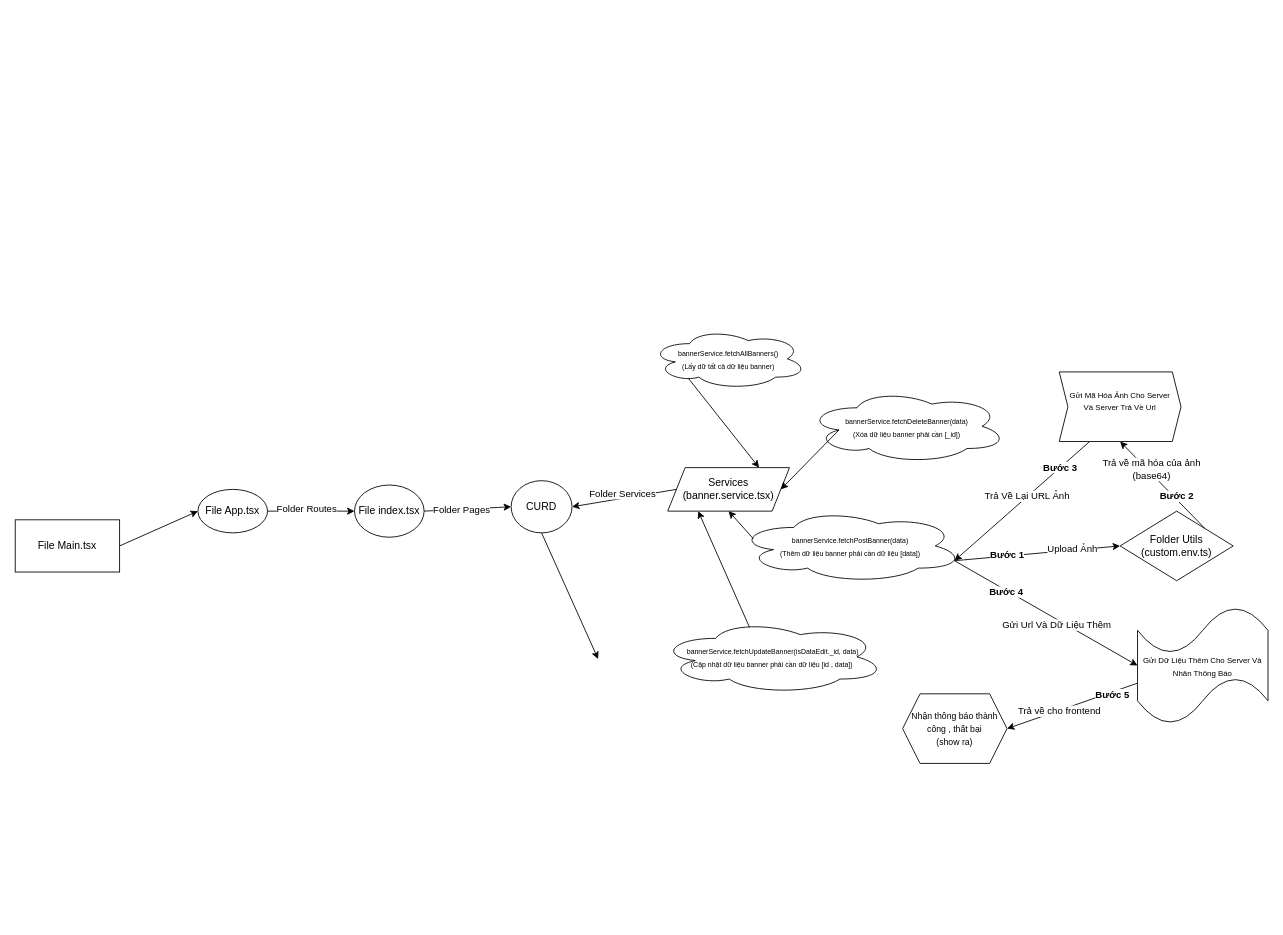
The draw.io diagram Biểu đồ không có tiêu đề.drawio in QuocHuy03/Electronic-Components, before the edit. Source tidied: cells renumbered, new cells numbered last; positions are measured from the earlier drawing's top-left corner, leaving out a move shared by most shapes. Both pictures are drawn from the tidied source at 87%, with x=0, y=0 at pixel (15, 328).
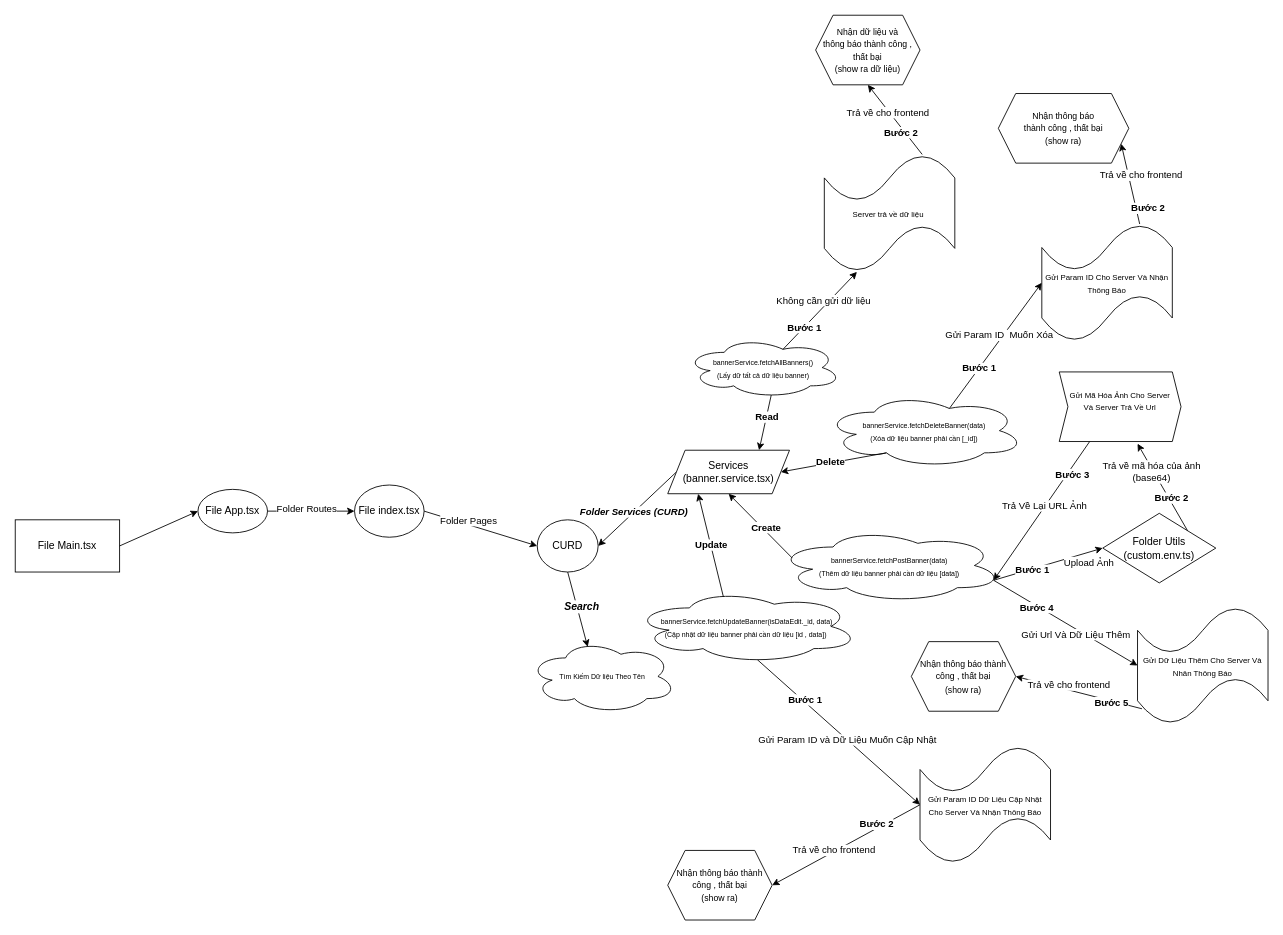
The same diagram, later.

Commit message:
Cập nhật Biểu đồ không có tiêu đề.drawio

The change refers to these unchanged cells:
```xml
<mxCell id="11" style="endArrow=classic;html=1;rounded=0;entryX=1;entryY=0.5;entryDx=0;entryDy=0;exitX=0;exitY=0.5;exitDx=0;exitDy=0;" parent="1" edge="1" source="13" target="10">
  <mxGeometry relative="1" as="geometry" />
</mxCell>
<mxCell id="19" style="endArrow=classic;html=1;rounded=0;entryX=0.5;entryY=1;entryDx=0;entryDy=0;exitX=0.07;exitY=0.4;exitDx=0;exitDy=0;exitPerimeter=0;" parent="1" edge="1" source="18" target="13">
  <mxGeometry relative="1" as="geometry" />
</mxCell>
<mxCell id="21" style="endArrow=classic;html=1;rounded=0;entryX=0.25;entryY=1;entryDx=0;entryDy=0;exitX=0.4;exitY=0.1;exitDx=0;exitDy=0;exitPerimeter=0;" parent="1" edge="1" source="20" target="13">
  <mxGeometry relative="1" as="geometry" />
</mxCell>
<mxCell id="29" value="&lt;font style=&quot;font-size: 9px;&quot;&gt;Gửi Mã Hóa Ảnh Cho Server &lt;br&gt;Và Server Trả Về Url&lt;br&gt;&lt;br&gt;&lt;/font&gt;" style="shape=step;perimeter=stepPerimeter;whiteSpace=wrap;html=1;fixedSize=1;size=10;" parent="1" vertex="1">
  <mxGeometry x="1200" y="50" width="140" height="80" as="geometry" />
</mxCell>
<mxCell id="30" value="&lt;font style=&quot;font-size: 9px;&quot;&gt;Gửi Dữ Liệu Thêm Cho Server Và Nhân Thông Báo&lt;/font&gt;" style="shape=tape;whiteSpace=wrap;html=1;" parent="1" vertex="1">
  <mxGeometry x="1290" y="320" width="150" height="135" as="geometry" />
</mxCell>
```

The edit, as a diff of the source:
```diff
@@
     <mxCell id="10" value="CURD" style="ellipse;whiteSpace=wrap;html=1;" parent="1" vertex="1">
-      <mxGeometry x="570" y="175" width="70" height="60" as="geometry" />
+      <mxGeometry x="600" y="220" width="70" height="60" as="geometry" />
     </mxCell>
@@
-    <mxCell id="12" value="Folder Services" style="edgeLabel;html=1;align=center;verticalAlign=middle;" parent="11" vertex="1">
+    <mxCell id="12" value="&lt;i&gt;&lt;b&gt;Folder Services (CURD)&lt;/b&gt;&lt;/i&gt;" style="edgeLabel;html=1;align=center;verticalAlign=middle;" parent="11" vertex="1">
       <mxGeometry x="0.32" y="-3" relative="1" as="geometry">
-        <mxPoint x="17" y="-6" as="offset" />
+        <mxPoint x="12" y="-9" as="offset" />
       </mxGeometry>
     </mxCell>
     <mxCell id="13" value="Services&lt;br&gt;(banner.service.tsx)" style="shape=parallelogram;perimeter=parallelogramPerimeter;whiteSpace=wrap;html=1;fixedSize=1;" parent="1" vertex="1">
-      <mxGeometry x="750" y="160" width="140" height="50" as="geometry" />
+      <mxGeometry x="750" y="140" width="140" height="50" as="geometry" />
     </mxCell>
-    <mxCell id="14" style="endArrow=classic;html=1;rounded=0;entryX=0.75;entryY=0;entryDx=0;entryDy=0;exitX=0.16;exitY=0.55;exitDx=0;exitDy=0;exitPerimeter=0;" parent="1" edge="1" source="15" target="13">
+    <mxCell id="14" style="endArrow=classic;html=1;rounded=0;entryX=0.75;entryY=0;entryDx=0;entryDy=0;exitX=0.55;exitY=0.95;exitDx=0;exitDy=0;exitPerimeter=0;" parent="1" edge="1" source="15" target="13">
       <mxGeometry relative="1" as="geometry" />
     </mxCell>
+    <mxCell id="42" value="&lt;b&gt;Read&lt;/b&gt;" style="edgeLabel;html=1;align=center;verticalAlign=middle;" parent="14" vertex="1">
+      <mxGeometry x="-0.19" relative="1" as="geometry" />
+    </mxCell>
     <mxCell id="15" value="&lt;font style=&quot;font-size: 8px;&quot;&gt;bannerService.fetchAllBanners()&lt;br&gt;(Lấy dữ tất cả dữ liệu banner)&lt;br&gt;&lt;/font&gt;" style="ellipse;shape=cloud;whiteSpace=wrap;html=1;" parent="1" vertex="1">
-      <mxGeometry x="730" width="180" height="70" as="geometry" />
+      <mxGeometry x="770" y="10" width="180" height="70" as="geometry" />
     </mxCell>
     <mxCell id="16" value="&lt;font style=&quot;font-size: 8px;&quot;&gt;bannerService.fetchDeleteBanner(data)&lt;br&gt;(Xóa dữ liệu banner phải cần [_id])&lt;br&gt;&lt;/font&gt;" style="ellipse;shape=cloud;whiteSpace=wrap;html=1;" parent="1" vertex="1">
-      <mxGeometry x="910" y="70" width="230" height="85" as="geometry" />
+      <mxGeometry x="930" y="75" width="230" height="85" as="geometry" />
     </mxCell>
-    <mxCell id="17" style="endArrow=classic;html=1;rounded=0;entryX=1;entryY=0.5;entryDx=0;entryDy=0;exitX=0.16;exitY=0.55;exitDx=0;exitDy=0;exitPerimeter=0;" parent="1" edge="1" source="16" target="13">
+    <mxCell id="17" style="endArrow=classic;html=1;rounded=0;entryX=1;entryY=0.5;entryDx=0;entryDy=0;exitX=0.31;exitY=0.8;exitDx=0;exitDy=0;exitPerimeter=0;" parent="1" edge="1" source="16" target="13">
       <mxGeometry relative="1" as="geometry" />
     </mxCell>
+    <mxCell id="43" value="&lt;b&gt;Delete&lt;/b&gt;" style="edgeLabel;html=1;align=center;verticalAlign=middle;" parent="17" vertex="1">
+      <mxGeometry x="0.09" y="-1" relative="1" as="geometry">
+        <mxPoint x="1" as="offset" />
+      </mxGeometry>
+    </mxCell>
     <mxCell id="18" value="&lt;font style=&quot;font-size: 8px;&quot;&gt;bannerService.fetchPostBanner(data)&lt;br&gt;(Thêm dữ liệu banner phải cần dữ liệu [data])&lt;br&gt;&lt;/font&gt;" style="ellipse;shape=cloud;whiteSpace=wrap;html=1;" parent="1" vertex="1">
-      <mxGeometry x="830" y="207.5" width="260" height="85" as="geometry" />
+      <mxGeometry x="875" y="230" width="260" height="85" as="geometry" />
     </mxCell>
@@
+    <mxCell id="44" value="&lt;b&gt;Create&lt;/b&gt;" style="edgeLabel;html=1;align=center;verticalAlign=middle;" parent="19" vertex="1">
+      <mxGeometry x="0.07" y="-1" relative="1" as="geometry">
+        <mxPoint x="8" y="5" as="offset" />
+      </mxGeometry>
+    </mxCell>
     <mxCell id="20" value="&lt;font style=&quot;font-size: 8px;&quot;&gt;&amp;nbsp;bannerService.fetchUpdateBanner(isDataEdit._id, data)&lt;br&gt;(Cập nhật dữ liệu banner phải cần dữ liệu [id , data])&lt;br&gt;&lt;/font&gt;" style="ellipse;shape=cloud;whiteSpace=wrap;html=1;" parent="1" vertex="1">
-      <mxGeometry x="740" y="335" width="260" height="85" as="geometry" />
+      <mxGeometry x="710" y="300" width="260" height="85" as="geometry" />
     </mxCell>
@@
+    <mxCell id="45" value="&lt;b&gt;Update&lt;/b&gt;" style="edgeLabel;html=1;align=center;verticalAlign=middle;" parent="21" vertex="1">
+      <mxGeometry x="0.02" y="-1" relative="1" as="geometry">
+        <mxPoint x="-1" as="offset" />
+      </mxGeometry>
+    </mxCell>
@@
     <mxCell id="25" value="Folder Utils&lt;br&gt;(custom.env.ts)" style="rhombus;whiteSpace=wrap;html=1;" parent="1" vertex="1">
-      <mxGeometry x="1270" y="210" width="130" height="80" as="geometry" />
+      <mxGeometry x="1250" y="212.5" width="130" height="80" as="geometry" />
     </mxCell>
-    <mxCell id="26" style="endArrow=classic;html=1;rounded=0;exitX=1;exitY=0;exitDx=0;exitDy=0;entryX=0.5;entryY=1;entryDx=0;entryDy=0;" parent="1" edge="1" source="25" target="29">
-      <mxGeometry relative="1" as="geometry" />
+    <mxCell id="26" style="endArrow=classic;html=1;rounded=0;exitX=1;exitY=0;exitDx=0;exitDy=0;entryX=0.5;entryY=1;entryDx=0;entryDy=0;" parent="1" edge="1" source="25">
+      <mxGeometry relative="1" as="geometry">
+        <mxPoint x="1290" y="132.5" as="targetPoint" />
+      </mxGeometry>
     </mxCell>
@@
-    <mxCell id="37" style="endArrow=classic;html=1;rounded=0;exitX=0;exitY=0.65;exitDx=0;exitDy=0;exitPerimeter=0;entryX=1;entryY=0.5;entryDx=0;entryDy=0;" parent="1" edge="1" source="30" target="40">
+    <mxCell id="37" style="endArrow=classic;html=1;rounded=0;exitX=0.034;exitY=0.868;exitDx=0;exitDy=0;exitPerimeter=0;entryX=1;entryY=0.5;entryDx=0;entryDy=0;" parent="1" edge="1" source="30" target="40">
       <mxGeometry relative="1" as="geometry" />
     </mxCell>
     <mxCell id="38" value="&lt;b&gt;Bước 5&lt;/b&gt;" style="edgeLabel;html=1;align=center;verticalAlign=middle;" parent="37" vertex="1">
       <mxGeometry x="0.06" y="-1" relative="1" as="geometry">
-        <mxPoint x="50" y="-14" as="offset" />
+        <mxPoint x="41" y="13" as="offset" />
       </mxGeometry>
     </mxCell>
     <mxCell id="39" value="Trả về cho frontend" style="edgeLabel;html=1;align=center;verticalAlign=middle;" parent="37" vertex="1">
       <mxGeometry x="0.41" y="1" relative="1" as="geometry">
-        <mxPoint x="15" y="-6" as="offset" />
+        <mxPoint x="18" y="-2" as="offset" />
       </mxGeometry>
     </mxCell>
     <mxCell id="40" value="&lt;font style=&quot;font-size: 10px;&quot;&gt;Nhận thông báo thành công , thất bại&lt;br&gt;(show ra)&lt;br&gt;&lt;/font&gt;" style="shape=hexagon;perimeter=hexagonPerimeter2;whiteSpace=wrap;html=1;fixedSize=1;" parent="1" vertex="1">
-      <mxGeometry x="1020" y="420" width="120" height="80" as="geometry" />
+      <mxGeometry x="1030" y="360" width="120" height="80" as="geometry" />
     </mxCell>
-    <mxCell id="41" style="endArrow=classic;html=1;rounded=0;exitX=0.5;exitY=1;exitDx=0;exitDy=0;" parent="1" edge="1" source="10">
-      <mxGeometry relative="1" as="geometry">
-        <mxPoint x="670" y="380" as="targetPoint" />
-      </mxGeometry>
+    <mxCell id="41" style="endArrow=classic;html=1;rounded=0;exitX=0.5;exitY=1;exitDx=0;exitDy=0;entryX=0.4;entryY=0.1;entryDx=0;entryDy=0;entryPerimeter=0;" parent="1" edge="1" source="10" target="71">
+      <mxGeometry relative="1" as="geometry" />
     </mxCell>
+    <mxCell id="46" value="&lt;i&gt;&lt;b&gt;&lt;font style=&quot;font-size: 12px;&quot;&gt;Search&lt;/font&gt;&lt;/b&gt;&lt;/i&gt;" style="edgeLabel;html=1;align=center;verticalAlign=middle;" parent="41" vertex="1">
+      <mxGeometry x="-0.19" y="6" relative="1" as="geometry">
+        <mxPoint y="6" as="offset" />
+      </mxGeometry>
+    </mxCell>
+    <mxCell id="47" style="endArrow=classic;html=1;rounded=0;exitX=0.55;exitY=0.95;exitDx=0;exitDy=0;exitPerimeter=0;entryX=0;entryY=0.5;entryDx=0;entryDy=0;entryPerimeter=0;" parent="1" edge="1" source="20" target="50">
+      <mxGeometry relative="1" as="geometry" />
+    </mxCell>
+    <mxCell id="48" value="Gửi Param ID và Dữ Liệu Muốn Cập Nhật&amp;nbsp;" style="edgeLabel;html=1;align=center;verticalAlign=middle;" parent="47" vertex="1">
+      <mxGeometry x="0.02" y="-3" relative="1" as="geometry">
+        <mxPoint x="11" y="4" as="offset" />
+      </mxGeometry>
+    </mxCell>
+    <mxCell id="49" value="&lt;b&gt;Bước 1&lt;/b&gt;" style="edgeLabel;html=1;align=center;verticalAlign=middle;" parent="47" vertex="1">
+      <mxGeometry x="-0.56" y="2" relative="1" as="geometry">
+        <mxPoint x="12" y="11" as="offset" />
+      </mxGeometry>
+    </mxCell>
+    <mxCell id="50" value="&lt;font style=&quot;font-size: 9px;&quot;&gt;Gửi Param ID Dữ Liệu Cập Nhật Cho Server Và Nhận Thông Báo&lt;/font&gt;" style="shape=tape;whiteSpace=wrap;html=1;" parent="1" vertex="1">
+      <mxGeometry x="1040" y="480" width="150" height="135" as="geometry" />
+    </mxCell>
+    <mxCell id="51" style="endArrow=classic;html=1;rounded=0;exitX=0;exitY=0.5;exitDx=0;exitDy=0;exitPerimeter=0;entryX=1;entryY=0.5;entryDx=0;entryDy=0;" parent="1" edge="1" source="50" target="54">
+      <mxGeometry relative="1" as="geometry" />
+    </mxCell>
+    <mxCell id="52" value="&lt;b&gt;Bước 2&lt;/b&gt;" style="edgeLabel;html=1;align=center;verticalAlign=middle;" parent="51" vertex="1">
+      <mxGeometry x="0.06" y="-1" relative="1" as="geometry">
+        <mxPoint x="40" y="-26" as="offset" />
+      </mxGeometry>
+    </mxCell>
+    <mxCell id="53" value="Trả về cho frontend" style="edgeLabel;html=1;align=center;verticalAlign=middle;" parent="51" vertex="1">
+      <mxGeometry x="0.41" y="1" relative="1" as="geometry">
+        <mxPoint x="19" y="-14" as="offset" />
+      </mxGeometry>
+    </mxCell>
+    <mxCell id="54" value="&lt;font style=&quot;font-size: 10px;&quot;&gt;Nhận thông báo thành công , thất bại&lt;br&gt;(show ra)&lt;br&gt;&lt;/font&gt;" style="shape=hexagon;perimeter=hexagonPerimeter2;whiteSpace=wrap;html=1;fixedSize=1;" parent="1" vertex="1">
+      <mxGeometry x="750" y="600" width="120" height="80" as="geometry" />
+    </mxCell>
+    <mxCell id="55" style="endArrow=classic;html=1;rounded=0;exitX=0.625;exitY=0.2;exitDx=0;exitDy=0;exitPerimeter=0;entryX=0;entryY=0.5;entryDx=0;entryDy=0;entryPerimeter=0;" parent="1" edge="1" source="16" target="58">
+      <mxGeometry relative="1" as="geometry" />
+    </mxCell>
+    <mxCell id="56" value="Gửi Param ID&amp;nbsp; Muốn Xóa" style="edgeLabel;html=1;align=center;verticalAlign=middle;" parent="55" vertex="1">
+      <mxGeometry x="0.02" y="-3" relative="1" as="geometry">
+        <mxPoint y="-13" as="offset" />
+      </mxGeometry>
+    </mxCell>
+    <mxCell id="57" value="&lt;b&gt;Bước 1&lt;/b&gt;" style="edgeLabel;html=1;align=center;verticalAlign=middle;" parent="55" vertex="1">
+      <mxGeometry x="-0.56" y="2" relative="1" as="geometry">
+        <mxPoint x="12" y="-14" as="offset" />
+      </mxGeometry>
+    </mxCell>
+    <mxCell id="58" value="&lt;font style=&quot;font-size: 9px;&quot;&gt;Gửi Param ID Cho Server Và Nhận Thông Báo&lt;/font&gt;" style="shape=tape;whiteSpace=wrap;html=1;" parent="1" vertex="1">
+      <mxGeometry x="1180" y="-120" width="150" height="135" as="geometry" />
+    </mxCell>
+    <mxCell id="59" style="endArrow=classic;html=1;rounded=0;exitX=0.75;exitY=0;exitDx=0;exitDy=0;exitPerimeter=0;entryX=1;entryY=0.75;entryDx=0;entryDy=0;" parent="1" edge="1" source="58" target="62">
+      <mxGeometry relative="1" as="geometry" />
+    </mxCell>
+    <mxCell id="60" value="&lt;b&gt;Bước 2&lt;/b&gt;" style="edgeLabel;html=1;align=center;verticalAlign=middle;" parent="59" vertex="1">
+      <mxGeometry x="0.06" y="-1" relative="1" as="geometry">
+        <mxPoint x="19" y="30" as="offset" />
+      </mxGeometry>
+    </mxCell>
+    <mxCell id="61" value="Trả về cho frontend" style="edgeLabel;html=1;align=center;verticalAlign=middle;" parent="59" vertex="1">
+      <mxGeometry x="0.41" y="1" relative="1" as="geometry">
+        <mxPoint x="17" y="9" as="offset" />
+      </mxGeometry>
+    </mxCell>
+    <mxCell id="62" value="&lt;font style=&quot;font-size: 10px;&quot;&gt;Nhận thông báo &lt;br&gt;thành công , thất bại&lt;br&gt;(show ra)&lt;br&gt;&lt;/font&gt;" style="shape=hexagon;perimeter=hexagonPerimeter2;whiteSpace=wrap;html=1;fixedSize=1;" parent="1" vertex="1">
+      <mxGeometry x="1130" y="-270" width="150" height="80" as="geometry" />
+    </mxCell>
+    <mxCell id="63" style="endArrow=classic;html=1;rounded=0;exitX=0.625;exitY=0.2;exitDx=0;exitDy=0;exitPerimeter=0;entryX=0.25;entryY=1;entryDx=0;entryDy=0;entryPerimeter=0;" parent="1" edge="1" source="15" target="66">
+      <mxGeometry relative="1" as="geometry" />
+    </mxCell>
+    <mxCell id="64" value="Không cần gửi dữ liệu" style="edgeLabel;html=1;align=center;verticalAlign=middle;" parent="63" vertex="1">
+      <mxGeometry x="0.02" y="-3" relative="1" as="geometry">
+        <mxPoint y="-13" as="offset" />
+      </mxGeometry>
+    </mxCell>
+    <mxCell id="65" value="&lt;b&gt;Bước 1&lt;/b&gt;" style="edgeLabel;html=1;align=center;verticalAlign=middle;" parent="63" vertex="1">
+      <mxGeometry x="-0.56" y="2" relative="1" as="geometry">
+        <mxPoint x="7" y="-5" as="offset" />
+      </mxGeometry>
+    </mxCell>
+    <mxCell id="66" value="&lt;font style=&quot;font-size: 9px;&quot;&gt;Server trả về dữ liệu&amp;nbsp;&lt;/font&gt;" style="shape=tape;whiteSpace=wrap;html=1;" parent="1" vertex="1">
+      <mxGeometry x="930" y="-200" width="150" height="135" as="geometry" />
+    </mxCell>
+    <mxCell id="67" style="endArrow=classic;html=1;rounded=0;exitX=0.75;exitY=0;exitDx=0;exitDy=0;exitPerimeter=0;entryX=0.5;entryY=1;entryDx=0;entryDy=0;" parent="1" edge="1" source="66" target="70">
+      <mxGeometry relative="1" as="geometry" />
+    </mxCell>
+    <mxCell id="68" value="&lt;b&gt;Bước 2&lt;/b&gt;" style="edgeLabel;html=1;align=center;verticalAlign=middle;" parent="67" vertex="1">
+      <mxGeometry x="0.06" y="-1" relative="1" as="geometry">
+        <mxPoint x="7" y="18" as="offset" />
+      </mxGeometry>
+    </mxCell>
+    <mxCell id="69" value="Trả về cho frontend" style="edgeLabel;html=1;align=center;verticalAlign=middle;" parent="67" vertex="1">
+      <mxGeometry x="0.41" y="1" relative="1" as="geometry">
+        <mxPoint x="5" y="8" as="offset" />
+      </mxGeometry>
+    </mxCell>
+    <mxCell id="70" value="&lt;font style=&quot;font-size: 10px;&quot;&gt;Nhận dữ liệu và &lt;br&gt;thông báo thành công , thất bại&lt;br&gt;(show ra dữ liệu)&lt;br&gt;&lt;/font&gt;" style="shape=hexagon;perimeter=hexagonPerimeter2;whiteSpace=wrap;html=1;fixedSize=1;" parent="1" vertex="1">
+      <mxGeometry x="920" y="-360" width="120" height="80" as="geometry" />
+    </mxCell>
+    <mxCell id="71" value="&lt;font style=&quot;font-size: 8px;&quot;&gt;Tìm Kiếm Dữ liệu Theo Tên&lt;br&gt;&lt;/font&gt;" style="ellipse;shape=cloud;whiteSpace=wrap;html=1;" parent="1" vertex="1">
+      <mxGeometry x="590" y="357.5" width="170" height="85" as="geometry" />
+    </mxCell>
```
